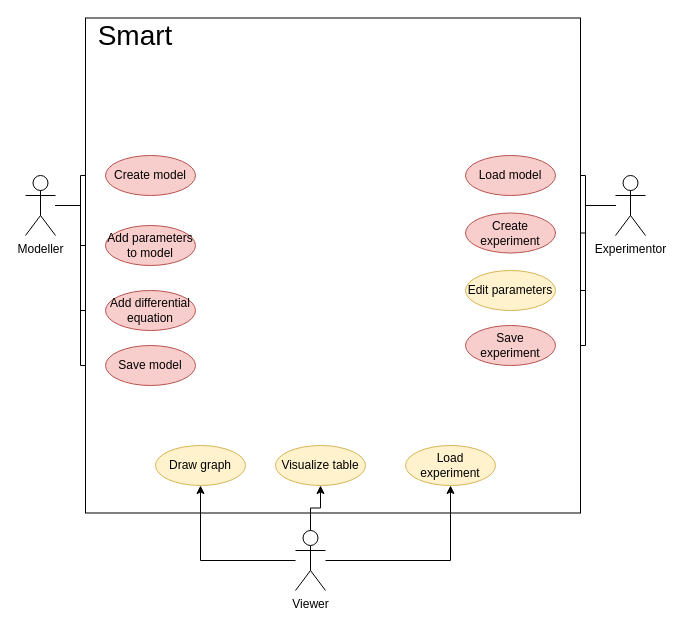
The draw.io diagram docs/SMART_usecasediagram.drawio in danielambrosius/SMARTV2, before the edit. Source tidied: cells renumbered, new cells numbered last; positions are measured from the earlier drawing's top-left corner, leaving out a move shared by most shapes. Both pictures are drawn from the tidied source at 100%, with x=0, y=0 at pixel (25, 17).
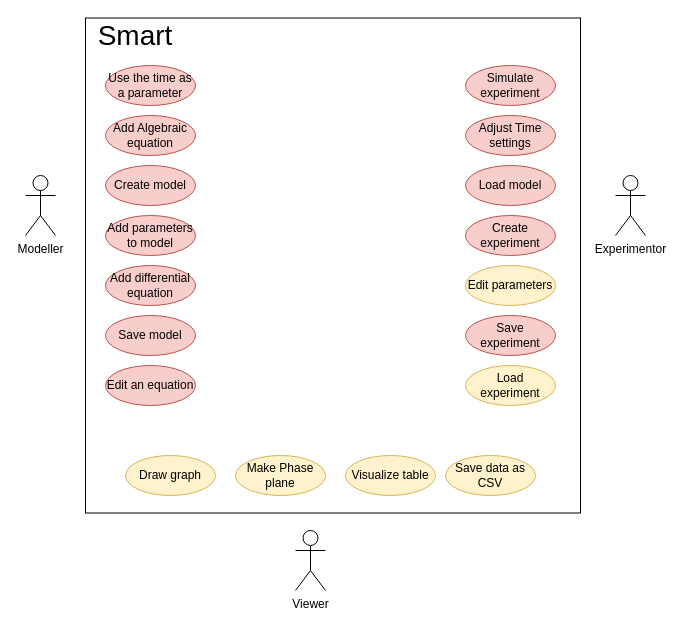
After the change.

Commit message:
TB BW: All the Use Cases are added to the use cases.

Unchanged cells that the change refers to:
```xml
<mxCell id="6" value="Modeller" style="shape=umlActor;verticalLabelPosition=bottom;labelBackgroundColor=#ffffff;verticalAlign=top;html=1;" parent="1" vertex="1">
  <mxGeometry y="158" width="30" height="60" as="geometry" />
</mxCell>
<mxCell id="11" value="Experimentor" style="shape=umlActor;verticalLabelPosition=bottom;labelBackgroundColor=#ffffff;verticalAlign=top;html=1;" parent="1" vertex="1">
  <mxGeometry x="590" y="158" width="30" height="60" as="geometry" />
</mxCell>
<mxCell id="16" value="Viewer" style="shape=umlActor;verticalLabelPosition=bottom;labelBackgroundColor=#ffffff;verticalAlign=top;html=1;" parent="1" vertex="1">
  <mxGeometry x="270" y="513" width="30" height="60" as="geometry" />
</mxCell>
```

Change to the diagram source:
```diff
@@
-    <mxCell id="2" style="edgeStyle=orthogonalEdgeStyle;rounded=0;jettySize=auto;html=1;" parent="1" edge="1" source="6" target="18">
-      <mxGeometry relative="1" as="geometry" />
-    </mxCell>
-    <mxCell id="3" style="edgeStyle=orthogonalEdgeStyle;rounded=0;jettySize=auto;html=1;" parent="1" edge="1" source="6" target="23">
-      <mxGeometry relative="1" as="geometry" />
-    </mxCell>
-    <mxCell id="4" style="edgeStyle=orthogonalEdgeStyle;rounded=0;jettySize=auto;html=1;entryX=0;entryY=0.5;entryDx=0;entryDy=0;" parent="1" edge="1" source="6" target="24">
-      <mxGeometry relative="1" as="geometry" />
-    </mxCell>
-    <mxCell id="5" style="edgeStyle=orthogonalEdgeStyle;rounded=0;jettySize=auto;html=1;entryX=0;entryY=0.5;entryDx=0;entryDy=0;" parent="1" edge="1" source="6" target="19">
-      <mxGeometry relative="1" as="geometry" />
-    </mxCell>
+    <mxCell id="12" style="whiteSpace=wrap;html=1;" parent="1" vertex="1">
+      <mxGeometry x="60" y="0.5" width="495" height="495" as="geometry" />
+    </mxCell>
@@
-    <mxCell id="7" style="edgeStyle=orthogonalEdgeStyle;rounded=0;jettySize=auto;html=1;entryX=1;entryY=0.5;entryDx=0;entryDy=0;" parent="1" edge="1" source="11" target="20">
-      <mxGeometry relative="1" as="geometry" />
-    </mxCell>
-    <mxCell id="8" style="edgeStyle=orthogonalEdgeStyle;rounded=0;jettySize=auto;html=1;" parent="1" edge="1" source="11" target="21">
-      <mxGeometry relative="1" as="geometry" />
-    </mxCell>
-    <mxCell id="9" style="edgeStyle=orthogonalEdgeStyle;rounded=0;jettySize=auto;html=1;entryX=1;entryY=0.5;entryDx=0;entryDy=0;" parent="1" edge="1" source="11" target="22">
-      <mxGeometry relative="1" as="geometry" />
-    </mxCell>
-    <mxCell id="10" style="edgeStyle=orthogonalEdgeStyle;rounded=0;jettySize=auto;html=1;entryX=1;entryY=0.5;entryDx=0;entryDy=0;" parent="1" edge="1" source="11" target="27">
-      <mxGeometry relative="1" as="geometry" />
-    </mxCell>
@@
-    <mxCell id="12" style="whiteSpace=wrap;html=1;" parent="1" vertex="1">
-      <mxGeometry x="60" y="0.5" width="495" height="495" as="geometry" />
-    </mxCell>
-    <mxCell id="13" style="edgeStyle=orthogonalEdgeStyle;rounded=0;jettySize=auto;html=1;" parent="1" edge="1" source="16" target="26">
-      <mxGeometry relative="1" as="geometry" />
-    </mxCell>
-    <mxCell id="14" style="edgeStyle=orthogonalEdgeStyle;rounded=0;jettySize=auto;html=1;" parent="1" edge="1" source="16" target="25">
-      <mxGeometry relative="1" as="geometry" />
-    </mxCell>
-    <mxCell id="15" style="edgeStyle=orthogonalEdgeStyle;rounded=0;jettySize=auto;html=1;entryX=0.5;entryY=1;entryDx=0;entryDy=0;" parent="1" edge="1" source="16" target="28">
-      <mxGeometry relative="1" as="geometry" />
-    </mxCell>
@@
     <mxCell id="18" value="Create model" style="ellipse;whiteSpace=wrap;html=1;fillColor=#f8cecc;strokeColor=#b85450;" parent="1" vertex="1">
-      <mxGeometry x="80" y="138" width="90" height="40" as="geometry" />
+      <mxGeometry x="80" y="148" width="90" height="40" as="geometry" />
     </mxCell>
     <mxCell id="19" value="Save model" style="ellipse;whiteSpace=wrap;html=1;fillColor=#f8cecc;strokeColor=#b85450;" parent="1" vertex="1">
-      <mxGeometry x="80" y="328" width="90" height="40" as="geometry" />
+      <mxGeometry x="80" y="298" width="90" height="40" as="geometry" />
     </mxCell>
     <mxCell id="20" value="Load model" style="ellipse;whiteSpace=wrap;html=1;fillColor=#f8cecc;strokeColor=#b85450;" parent="1" vertex="1">
-      <mxGeometry x="440" y="138" width="90" height="40" as="geometry" />
+      <mxGeometry x="440" y="148" width="90" height="40" as="geometry" />
     </mxCell>
     <mxCell id="21" value="Create experiment" style="ellipse;whiteSpace=wrap;html=1;fillColor=#f8cecc;strokeColor=#b85450;" parent="1" vertex="1">
-      <mxGeometry x="440" y="195.5" width="90" height="40" as="geometry" />
+      <mxGeometry x="440" y="198" width="90" height="40" as="geometry" />
     </mxCell>
     <mxCell id="22" value="Edit parameters" style="ellipse;whiteSpace=wrap;html=1;fillColor=#fff2cc;strokeColor=#d6b656;" parent="1" vertex="1">
-      <mxGeometry x="440" y="253" width="90" height="40" as="geometry" />
+      <mxGeometry x="440" y="248" width="90" height="40" as="geometry" />
     </mxCell>
     <mxCell id="23" value="Add parameters to model" style="ellipse;whiteSpace=wrap;html=1;fillColor=#f8cecc;strokeColor=#b85450;" parent="1" vertex="1">
-      <mxGeometry x="80" y="208" width="90" height="40" as="geometry" />
+      <mxGeometry x="80" y="198" width="90" height="40" as="geometry" />
     </mxCell>
     <mxCell id="24" value="Add differential equation" style="ellipse;whiteSpace=wrap;html=1;fillColor=#f8cecc;strokeColor=#b85450;" parent="1" vertex="1">
-      <mxGeometry x="80" y="273" width="90" height="40" as="geometry" />
+      <mxGeometry x="80" y="248" width="90" height="40" as="geometry" />
     </mxCell>
     <mxCell id="25" value="Visualize table" style="ellipse;whiteSpace=wrap;html=1;fillColor=#fff2cc;strokeColor=#d6b656;" parent="1" vertex="1">
-      <mxGeometry x="250" y="428" width="90" height="40" as="geometry" />
+      <mxGeometry x="320" y="438" width="90" height="40" as="geometry" />
     </mxCell>
     <mxCell id="26" value="Load experiment" style="ellipse;whiteSpace=wrap;html=1;fillColor=#fff2cc;strokeColor=#d6b656;" parent="1" vertex="1">
-      <mxGeometry x="380" y="428" width="90" height="40" as="geometry" />
+      <mxGeometry x="440" y="348" width="90" height="40" as="geometry" />
     </mxCell>
     <mxCell id="27" value="Save experiment" style="ellipse;whiteSpace=wrap;html=1;fillColor=#f8cecc;strokeColor=#b85450;" parent="1" vertex="1">
-      <mxGeometry x="440" y="308" width="90" height="40" as="geometry" />
+      <mxGeometry x="440" y="298" width="90" height="40" as="geometry" />
     </mxCell>
     <mxCell id="28" value="Draw graph" style="ellipse;whiteSpace=wrap;html=1;fillColor=#fff2cc;strokeColor=#d6b656;" parent="1" vertex="1">
-      <mxGeometry x="130" y="428" width="90" height="40" as="geometry" />
+      <mxGeometry x="100" y="438" width="90" height="40" as="geometry" />
     </mxCell>
+    <mxCell id="29" value="Add Algebraic equation" style="ellipse;whiteSpace=wrap;html=1;fillColor=#f8cecc;strokeColor=#b85450;" parent="1" vertex="1">
+      <mxGeometry x="80" y="98" width="90" height="40" as="geometry" />
+    </mxCell>
+    <mxCell id="30" value="Make Phase plane" style="ellipse;whiteSpace=wrap;html=1;fillColor=#fff2cc;strokeColor=#d6b656;" parent="1" vertex="1">
+      <mxGeometry x="210" y="438" width="90" height="40" as="geometry" />
+    </mxCell>
+    <mxCell id="31" value="Use the time as a parameter" style="ellipse;whiteSpace=wrap;html=1;fillColor=#f8cecc;strokeColor=#b85450;" parent="1" vertex="1">
+      <mxGeometry x="80" y="48" width="90" height="40" as="geometry" />
+    </mxCell>
+    <mxCell id="32" value="Save data as CSV" style="ellipse;whiteSpace=wrap;html=1;fillColor=#fff2cc;strokeColor=#d6b656;" parent="1" vertex="1">
+      <mxGeometry x="420" y="438" width="90" height="40" as="geometry" />
+    </mxCell>
+    <mxCell id="33" value="Adjust Time settings" style="ellipse;whiteSpace=wrap;html=1;fillColor=#f8cecc;strokeColor=#b85450;" parent="1" vertex="1">
+      <mxGeometry x="440" y="98" width="90" height="40" as="geometry" />
+    </mxCell>
+    <mxCell id="34" value="Edit an equation" style="ellipse;whiteSpace=wrap;html=1;fillColor=#f8cecc;strokeColor=#b85450;" parent="1" vertex="1">
+      <mxGeometry x="80" y="348" width="90" height="40" as="geometry" />
+    </mxCell>
+    <mxCell id="35" value="Simulate experiment" style="ellipse;whiteSpace=wrap;html=1;fillColor=#f8cecc;strokeColor=#b85450;" parent="1" vertex="1">
+      <mxGeometry x="440" y="48" width="90" height="40" as="geometry" />
+    </mxCell>
```
